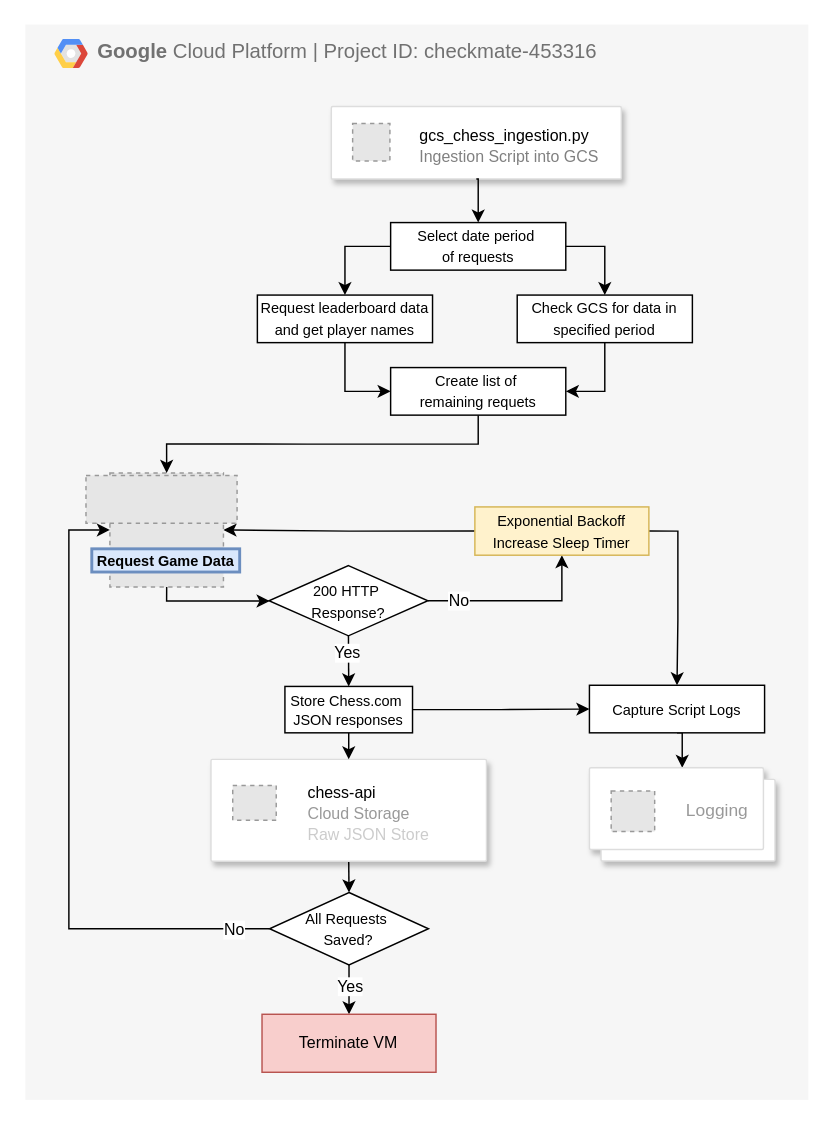
Earlier version of the draw.io diagram page "Ingestion Data Flow" (3 of 3) of diagrams/architecture/chess_pipeline_architecture.drawio (Filpill/chess_analysis). Source tidied: cells renumbered, new cells numbered last; positions are measured from the earlier drawing's top-left corner, leaving out a move shared by most shapes. Both pictures are drawn from the tidied source at 145%, with x=0, y=0 at pixel (25, 23). Pictures stored in the file or linked from it are replaced by grey dashed boxes.
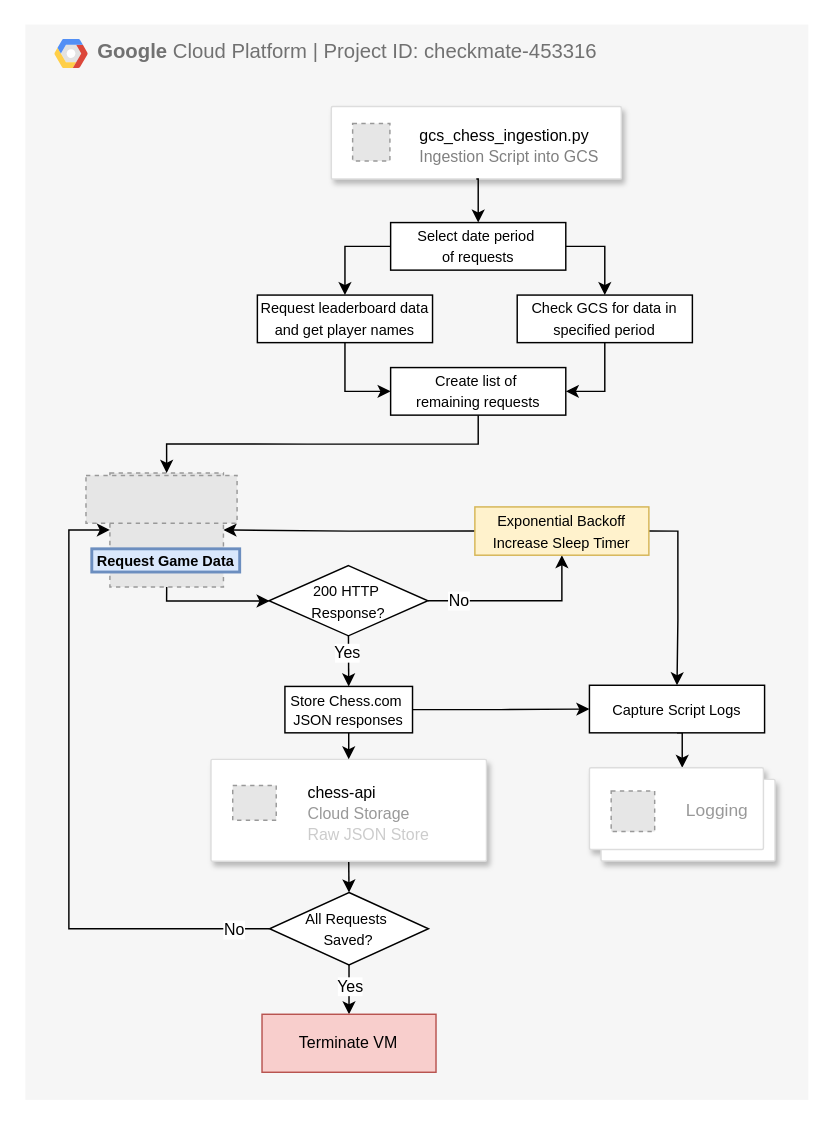
The same page after the edit.

Change to the diagram source:
```diff
@@
-    <mxCell id="22" value="&lt;span style=&quot;font-size: 10px; text-wrap-mode: nowrap; background-color: rgb(255, 255, 255);&quot;&gt;Create list of&amp;nbsp;&lt;/span&gt;&lt;div&gt;&lt;span style=&quot;font-size: 10px; text-wrap-mode: nowrap; background-color: rgb(255, 255, 255);&quot;&gt;remaining requets&lt;/span&gt;&lt;/div&gt;" style="rounded=0;whiteSpace=wrap;html=1;" parent="1" vertex="1">
+    <mxCell id="22" value="&lt;span style=&quot;font-size: 10px; text-wrap-mode: nowrap; background-color: rgb(255, 255, 255);&quot;&gt;Create list of&amp;nbsp;&lt;/span&gt;&lt;div&gt;&lt;span style=&quot;font-size: 10px; text-wrap-mode: nowrap; background-color: rgb(255, 255, 255);&quot;&gt;remaining requests&lt;/span&gt;&lt;/div&gt;" style="rounded=0;whiteSpace=wrap;html=1;" parent="1" vertex="1">
       <mxGeometry x="251.9" y="237" width="120.8" height="32.8" as="geometry" />
     </mxCell>
```
